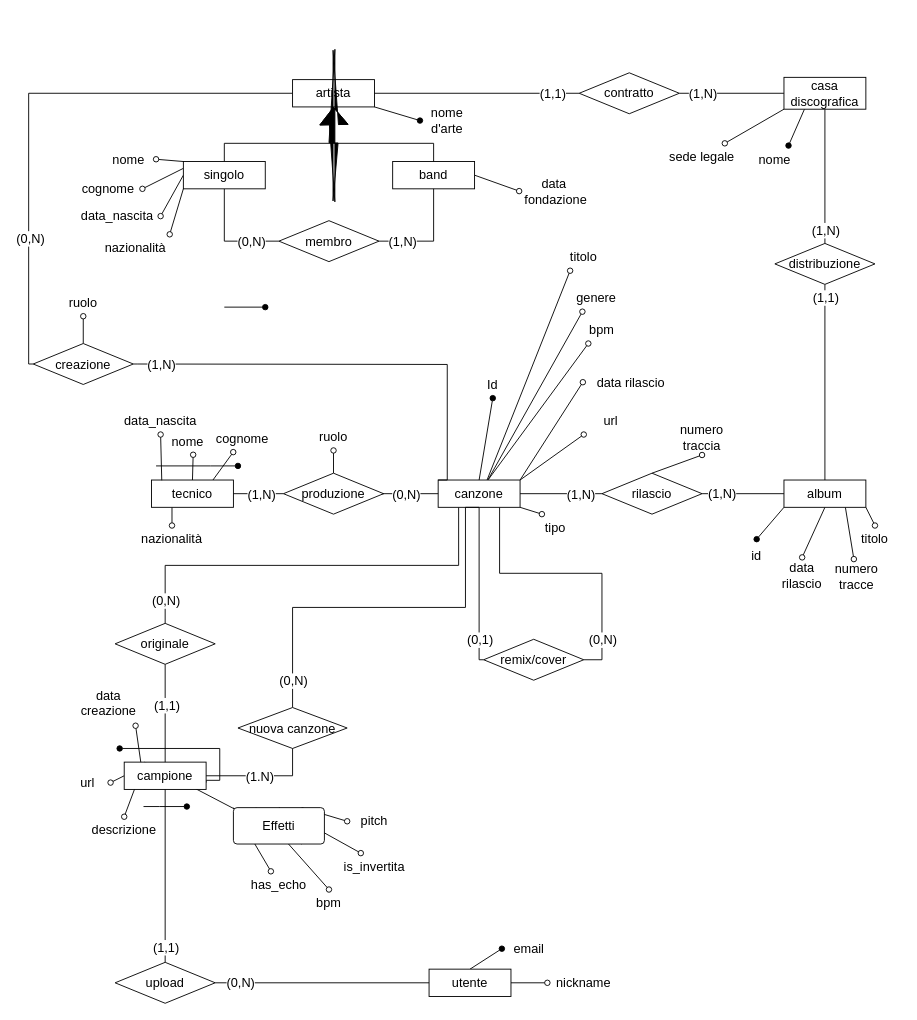
The draw.io diagram diagramma logico.drawio in Stef4noo/materiale-progetto-basi, before the edit. Source tidied: cells renumbered, new cells numbered last; positions are measured from the earlier drawing's top-left corner, leaving out a move shared by most shapes. Both pictures are drawn from the tidied source at 91%, with x=0, y=0 at pixel (28, 72).
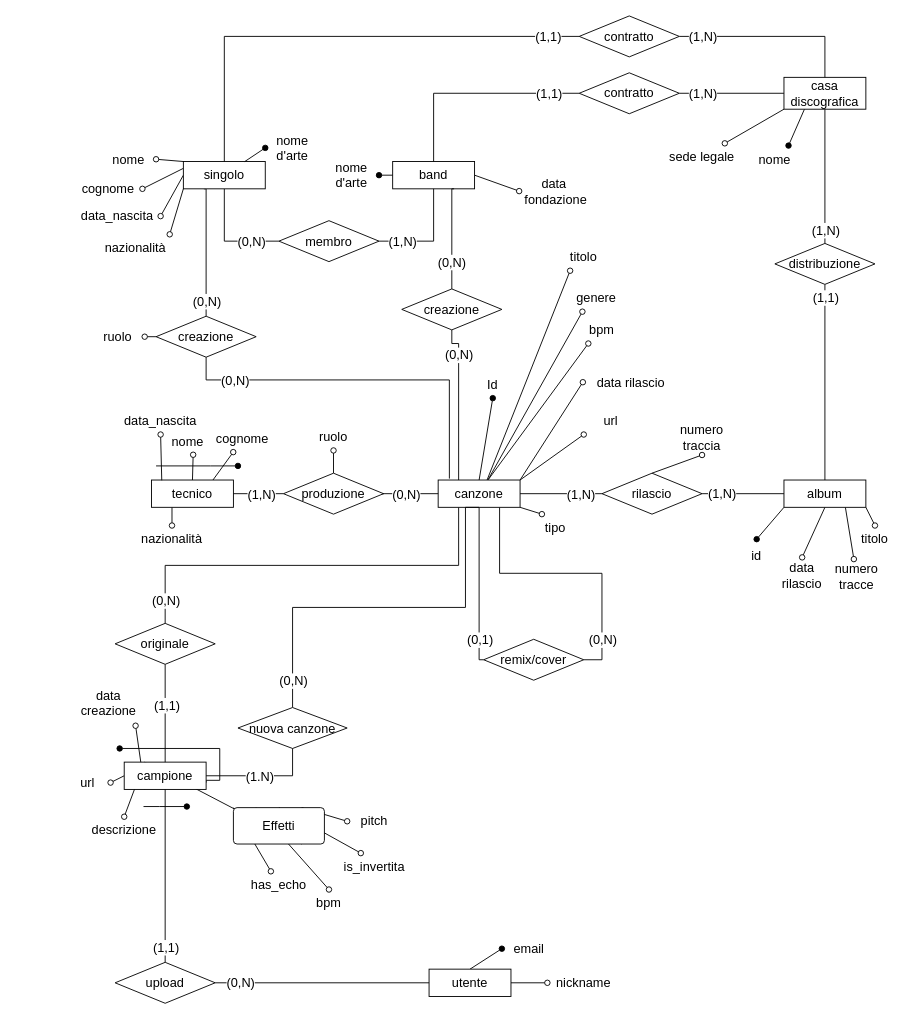
The same page after the edit.

The change refers to these unchanged cells:
```xml
<mxCell id="14" value="canzone" style="whiteSpace=wrap;html=1;align=center;labelBackgroundColor=none;fontSize=14;" parent="1" vertex="1">
  <mxGeometry x="450" y="448" width="90" height="30" as="geometry" />
</mxCell>
<mxCell id="33" value="band" style="whiteSpace=wrap;html=1;align=center;labelBackgroundColor=none;fontSize=14;" parent="1" vertex="1">
  <mxGeometry x="400" y="98" width="90" height="30" as="geometry" />
</mxCell>
<mxCell id="60" value="singolo" style="whiteSpace=wrap;html=1;align=center;labelBackgroundColor=none;fontSize=14;" parent="1" vertex="1">
  <mxGeometry x="170" y="98" width="90" height="30" as="geometry" />
</mxCell>
<mxCell id="83" value="casa discografica" style="whiteSpace=wrap;html=1;align=center;labelBackgroundColor=none;fontSize=14;" parent="1" vertex="1">
  <mxGeometry x="830" y="5.5" width="90" height="35" as="geometry" />
</mxCell>
<mxCell id="86" value="contratto" style="shape=rhombus;perimeter=rhombusPerimeter;whiteSpace=wrap;html=1;align=center;labelBackgroundColor=none;fontSize=14;" parent="1" vertex="1">
  <mxGeometry x="605" y="0.5" width="110" height="45" as="geometry" />
</mxCell>
```

What changed in the source:
```diff
@@
-    <mxCell id="57" style="edgeStyle=orthogonalEdgeStyle;rounded=0;jettySize=auto;html=1;endArrow=none;endFill=0;fontSize=14;exitX=0;exitY=0.5;exitDx=0;exitDy=0;entryX=0;entryY=0.5;entryDx=0;entryDy=0;" parent="1" edge="1" source="62" target="68">
-      <mxGeometry relative="1" as="geometry">
-        <Array as="points">
-          <mxPoint y="23" />
-          <mxPoint y="321" />
-        </Array>
-      </mxGeometry>
-    </mxCell>
-    <mxCell id="58" value="(0,N)" style="edgeLabel;html=1;align=center;verticalAlign=middle;fontSize=14;" parent="57" vertex="1">
-      <mxGeometry x="0.18" y="1" relative="1" as="geometry">
-        <mxPoint y="99" as="offset" />
-      </mxGeometry>
-    </mxCell>
-    <mxCell id="59" style="edgeStyle=orthogonalEdgeStyle;rounded=0;jettySize=auto;html=1;exitX=0.5;exitY=0;exitDx=0;exitDy=0;entryX=0.5;entryY=0;entryDx=0;entryDy=0;endArrow=none;endFill=0;fontSize=14;" parent="1" edge="1" source="60" target="33">
-      <mxGeometry relative="1" as="geometry" />
-    </mxCell>
+    <mxCell id="139" style="edgeStyle=orthogonalEdgeStyle;rounded=0;jettySize=auto;html=1;exitX=0.25;exitY=1;exitDx=0;exitDy=0;endArrow=none;endFill=0;fontSize=14;" parent="1" edge="1" source="60" target="68">
+      <mxGeometry relative="1" as="geometry">
+        <Array as="points">
+          <mxPoint x="195" y="128" />
+        </Array>
+      </mxGeometry>
+    </mxCell>
+    <mxCell id="140" value="(0,N)" style="edgeLabel;html=1;align=center;verticalAlign=middle;fontSize=14;" parent="139" vertex="1">
+      <mxGeometry x="0.77" relative="1" as="geometry" />
+    </mxCell>
@@
-    <mxCell id="61" style="rounded=0;jettySize=auto;html=1;exitX=1;exitY=1;exitDx=0;exitDy=0;entryX=0;entryY=0.5;entryDx=0;entryDy=0;endArrow=oval;endFill=1;fontSize=14;" parent="1" edge="1" source="62" target="102">
+    <mxCell id="61" style="rounded=0;jettySize=auto;html=1;entryX=1;entryY=0.5;entryDx=0;entryDy=0;endArrow=oval;endFill=1;fontSize=14;exitX=0;exitY=0.5;exitDx=0;exitDy=0;" parent="1" edge="1" source="33" target="102">
       <mxGeometry relative="1" as="geometry" />
     </mxCell>
-    <mxCell id="62" value="artista" style="whiteSpace=wrap;html=1;align=center;labelBackgroundColor=none;fontSize=14;" parent="1" vertex="1">
-      <mxGeometry x="290" y="8" width="90" height="30" as="geometry" />
-    </mxCell>
@@
-    <mxCell id="67" style="rounded=0;jettySize=auto;html=1;exitX=0.5;exitY=0;exitDx=0;exitDy=0;endArrow=oval;endFill=0;fontSize=14;" parent="1" edge="1" source="68" target="118">
+    <mxCell id="67" style="rounded=0;jettySize=auto;html=1;exitX=0;exitY=0.5;exitDx=0;exitDy=0;endArrow=oval;endFill=0;fontSize=14;" parent="1" edge="1" source="68" target="118">
       <mxGeometry relative="1" as="geometry" />
     </mxCell>
     <mxCell id="68" value="creazione" style="shape=rhombus;perimeter=rhombusPerimeter;whiteSpace=wrap;html=1;align=center;labelBackgroundColor=none;fontSize=14;" parent="1" vertex="1">
-      <mxGeometry x="5" y="298" width="110" height="45" as="geometry" />
+      <mxGeometry x="140" y="268" width="110" height="45" as="geometry" />
     </mxCell>
@@
-    <mxCell id="75" style="edgeStyle=orthogonalEdgeStyle;rounded=0;jettySize=auto;html=1;entryX=0;entryY=0;entryDx=0;entryDy=0;endArrow=none;endFill=0;exitX=1;exitY=0.5;exitDx=0;exitDy=0;fontSize=14;" parent="1" edge="1" source="68" target="14">
-      <mxGeometry relative="1" as="geometry">
-        <Array as="points">
-          <mxPoint x="120" y="321" />
-          <mxPoint x="460" y="321" />
-          <mxPoint x="460" y="448" />
-        </Array>
-      </mxGeometry>
-    </mxCell>
-    <mxCell id="76" value="(1,N)" style="edgeLabel;html=1;align=center;verticalAlign=middle;fontSize=14;" parent="75" vertex="1">
-      <mxGeometry x="-0.57" y="1" relative="1" as="geometry">
-        <mxPoint x="-74" y="1" as="offset" />
-      </mxGeometry>
-    </mxCell>
@@
-    <mxCell id="84" style="edgeStyle=orthogonalEdgeStyle;rounded=0;jettySize=auto;html=1;exitX=0;exitY=0.5;exitDx=0;exitDy=0;entryX=1;entryY=0.5;entryDx=0;entryDy=0;endArrow=none;endFill=0;fontSize=14;" parent="1" edge="1" source="86" target="62">
+    <mxCell id="84" style="edgeStyle=orthogonalEdgeStyle;rounded=0;jettySize=auto;html=1;exitX=0;exitY=0.5;exitDx=0;exitDy=0;entryX=0.5;entryY=0;entryDx=0;entryDy=0;endArrow=none;endFill=0;fontSize=14;" parent="1" edge="1" source="86" target="33">
       <mxGeometry relative="1" as="geometry" />
     </mxCell>
@@
     <mxCell id="102" value="&lt;div&gt;nome&lt;/div&gt;&lt;div&gt;d'arte&lt;/div&gt;" style="text;html=1;whiteSpace=wrap;strokeColor=none;fillColor=none;align=center;verticalAlign=middle;rounded=0;fontSize=14;" parent="1" vertex="1">
-      <mxGeometry x="430" y="38" width="60" height="30" as="geometry" />
+      <mxGeometry x="325" y="98" width="60" height="30" as="geometry" />
     </mxCell>
@@
     <mxCell id="118" value="ruolo" style="text;html=1;whiteSpace=wrap;strokeColor=none;fillColor=none;align=center;verticalAlign=middle;rounded=0;fontSize=14;" parent="1" vertex="1">
-      <mxGeometry x="30" y="238" width="60" height="30" as="geometry" />
+      <mxGeometry x="67.5" y="275.5" width="60" height="30" as="geometry" />
     </mxCell>
@@
-    <mxCell id="130" style="edgeStyle=orthogonalEdgeStyle;rounded=0;orthogonalLoop=1;jettySize=auto;html=1;shape=flexArrow;fontSize=14;fillColor=light-dark(#000000,#FFFFFF);" parent="1" edge="1">
-      <mxGeometry relative="1" as="geometry">
-        <mxPoint x="335" y="78" as="sourcePoint" />
-        <mxPoint x="335" y="38" as="targetPoint" />
-      </mxGeometry>
-    </mxCell>
@@
-    <mxCell id="138" style="rounded=0;orthogonalLoop=1;jettySize=auto;html=1;startArrow=oval;startFill=1;endArrow=none;endFill=0;fontSize=14;" parent="1" edge="1">
-      <mxGeometry relative="1" as="geometry">
-        <mxPoint x="260" y="258" as="sourcePoint" />
-        <mxPoint x="215" y="258" as="targetPoint" />
-      </mxGeometry>
-    </mxCell>
+    <mxCell id="141" value="&lt;div&gt;nome&lt;/div&gt;&lt;div&gt;d'arte&lt;/div&gt;" style="text;html=1;whiteSpace=wrap;strokeColor=none;fillColor=none;align=center;verticalAlign=middle;rounded=0;fontSize=14;" parent="1" vertex="1">
+      <mxGeometry x="260" y="68" width="60" height="30" as="geometry" />
+    </mxCell>
+    <mxCell id="142" style="rounded=0;jettySize=auto;html=1;exitX=0.75;exitY=0;exitDx=0;exitDy=0;entryX=0;entryY=0.5;entryDx=0;entryDy=0;endArrow=oval;endFill=1;fontSize=14;" parent="1" edge="1" source="60" target="141">
+      <mxGeometry relative="1" as="geometry" />
+    </mxCell>
+    <mxCell id="143" style="edgeStyle=orthogonalEdgeStyle;rounded=0;jettySize=auto;html=1;exitX=1;exitY=0.5;exitDx=0;exitDy=0;entryX=0.5;entryY=0;entryDx=0;entryDy=0;endArrow=none;endFill=0;fontSize=14;" parent="1" edge="1" source="145" target="83">
+      <mxGeometry relative="1" as="geometry" />
+    </mxCell>
+    <mxCell id="144" style="rounded=0;jettySize=auto;html=1;exitX=0;exitY=0.5;exitDx=0;exitDy=0;edgeStyle=orthogonalEdgeStyle;endArrow=none;endFill=0;fontSize=14;" parent="1" edge="1" source="145" target="60">
+      <mxGeometry relative="1" as="geometry" />
+    </mxCell>
+    <mxCell id="145" value="contratto" style="shape=rhombus;perimeter=rhombusPerimeter;whiteSpace=wrap;html=1;align=center;labelBackgroundColor=none;fontSize=14;" parent="1" vertex="1">
+      <mxGeometry x="605" y="-62" width="110" height="45" as="geometry" />
+    </mxCell>
+    <mxCell id="76" value="(1,N)" style="edgeLabel;html=1;align=center;verticalAlign=middle;fontSize=14;" parent="1" vertex="1">
+      <mxGeometry x="740" y="-39.5" as="geometry" />
+    </mxCell>
+    <mxCell id="146" value="(1,1)" style="edgeLabel;html=1;align=center;verticalAlign=middle;fontSize=14;" parent="1" vertex="1">
+      <mxGeometry x="570.2" y="-39.5" as="geometry" />
+    </mxCell>
+    <mxCell id="147" style="edgeStyle=orthogonalEdgeStyle;rounded=0;jettySize=auto;html=1;exitX=0.5;exitY=1;exitDx=0;exitDy=0;entryX=0.25;entryY=0;entryDx=0;entryDy=0;endArrow=none;endFill=0;fontSize=14;" parent="1" edge="1" source="151" target="14">
+      <mxGeometry relative="1" as="geometry">
+        <Array as="points">
+          <mxPoint x="465" y="298" />
+          <mxPoint x="473" y="298" />
+        </Array>
+      </mxGeometry>
+    </mxCell>
+    <mxCell id="148" value="(0,N)" style="edgeLabel;html=1;align=center;verticalAlign=middle;fontSize=14;" parent="147" vertex="1">
+      <mxGeometry x="-0.59" relative="1" as="geometry" />
+    </mxCell>
+    <mxCell id="149" style="edgeStyle=orthogonalEdgeStyle;rounded=0;jettySize=auto;html=1;exitX=0.5;exitY=0;exitDx=0;exitDy=0;entryX=0.75;entryY=1;entryDx=0;entryDy=0;endArrow=none;endFill=0;fontSize=14;" parent="1" edge="1" source="151" target="33">
+      <mxGeometry relative="1" as="geometry">
+        <Array as="points">
+          <mxPoint x="465" y="128" />
+        </Array>
+      </mxGeometry>
+    </mxCell>
+    <mxCell id="150" value="(0,N)" style="edgeLabel;html=1;align=center;verticalAlign=middle;fontSize=14;" parent="149" vertex="1">
+      <mxGeometry x="-0.46" y="1" relative="1" as="geometry" />
+    </mxCell>
+    <mxCell id="151" value="creazione" style="shape=rhombus;perimeter=rhombusPerimeter;whiteSpace=wrap;html=1;align=center;labelBackgroundColor=none;fontSize=14;" parent="1" vertex="1">
+      <mxGeometry x="410" y="238" width="110" height="45" as="geometry" />
+    </mxCell>
+    <mxCell id="75" style="edgeStyle=orthogonalEdgeStyle;rounded=0;jettySize=auto;html=1;exitX=0.5;exitY=1;exitDx=0;exitDy=0;entryX=0.137;entryY=-0.053;entryDx=0;entryDy=0;entryPerimeter=0;endArrow=none;endFill=0;fontSize=14;" parent="1" edge="1" source="68" target="14">
+      <mxGeometry relative="1" as="geometry">
+        <Array as="points">
+          <mxPoint x="195" y="338" />
+          <mxPoint x="462" y="338" />
+        </Array>
+      </mxGeometry>
+    </mxCell>
+    <mxCell id="152" value="(0,N)" style="edgeLabel;html=1;align=center;verticalAlign=middle;fontSize=14;" parent="75" vertex="1">
+      <mxGeometry x="-0.72" y="-2" relative="1" as="geometry">
+        <mxPoint y="-2" as="offset" />
+      </mxGeometry>
+    </mxCell>
```
